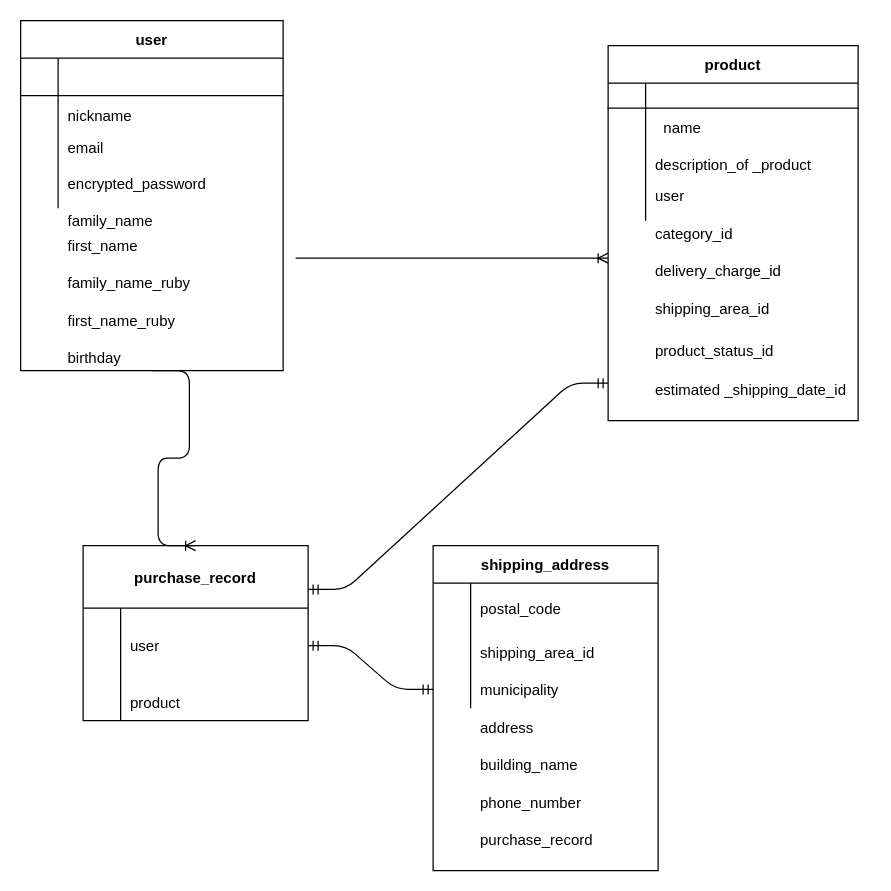
The draw.io diagram app/views/furima.dio in keiko0712/furima-34310, before the edit. Source tidied: cells renumbered, new cells numbered last; positions are measured from the earlier drawing's top-left corner, leaving out a move shared by most shapes. Both pictures are drawn from the tidied source at 125%, with x=0, y=0 at pixel (20, 20).
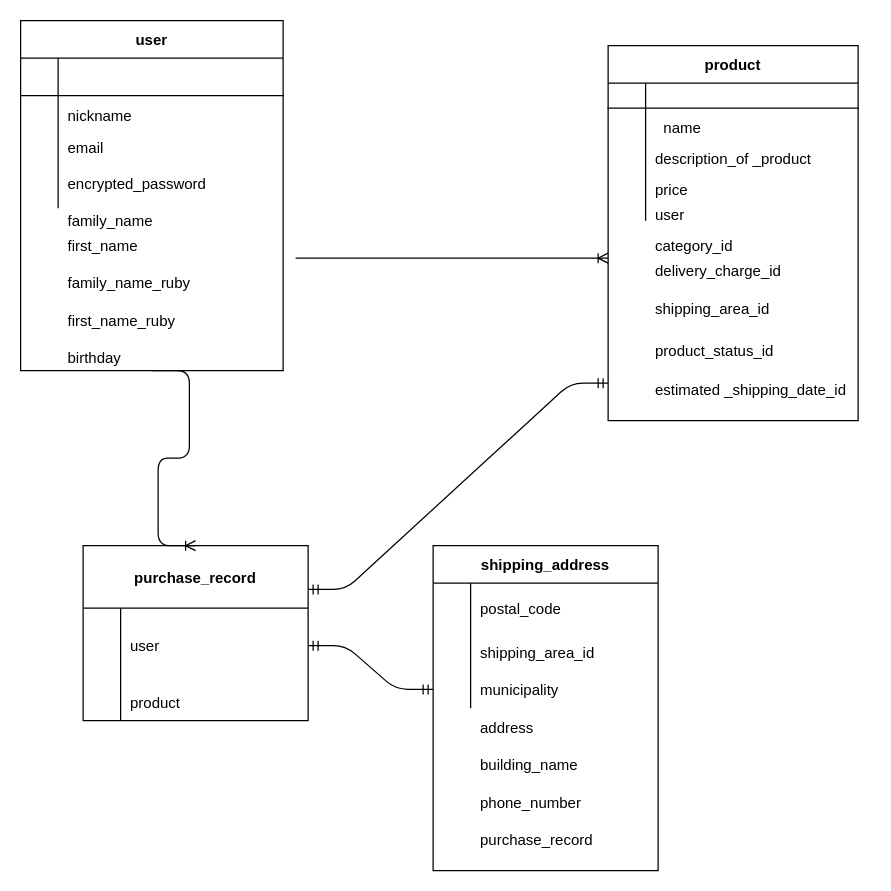
The same page after the edit.

Change to the diagram source:
```diff
@@
     <mxCell id="32" value="category_id" style="shape=partialRectangle;fillColor=none;top=0;left=0;bottom=0;right=0;align=left;spacingLeft=6;overflow=hidden;" parent="1" vertex="1">
-      <mxGeometry x="500" y="155" width="150" height="30" as="geometry" />
+      <mxGeometry x="500" y="164.5" width="150" height="30" as="geometry" />
     </mxCell>
-    <mxCell id="33" value="user" style="shape=partialRectangle;fillColor=none;top=0;left=0;bottom=0;right=0;align=left;spacingLeft=6;overflow=hidden;" parent="1" vertex="1">
-      <mxGeometry x="500" y="125" width="150" height="30" as="geometry" />
+    <mxCell id="33" value="price" style="shape=partialRectangle;fillColor=none;top=0;left=0;bottom=0;right=0;align=left;spacingLeft=6;overflow=hidden;" parent="1" vertex="1">
+      <mxGeometry x="500" y="120" width="150" height="30" as="geometry" />
     </mxCell>
@@
     <mxCell id="63" value="description_of _product" style="shape=partialRectangle;fillColor=none;top=0;left=0;bottom=0;right=0;align=left;spacingLeft=6;overflow=hidden;" parent="1" vertex="1">
-      <mxGeometry x="500" y="100" width="150" height="30" as="geometry" />
+      <mxGeometry x="500" y="95" width="150" height="30" as="geometry" />
     </mxCell>
@@
+    <mxCell id="66" value="user" style="shape=partialRectangle;fillColor=none;top=0;left=0;bottom=0;right=0;align=left;spacingLeft=6;overflow=hidden;" parent="1" vertex="1">
+      <mxGeometry x="500" y="140" width="150" height="30" as="geometry" />
+    </mxCell>
```
